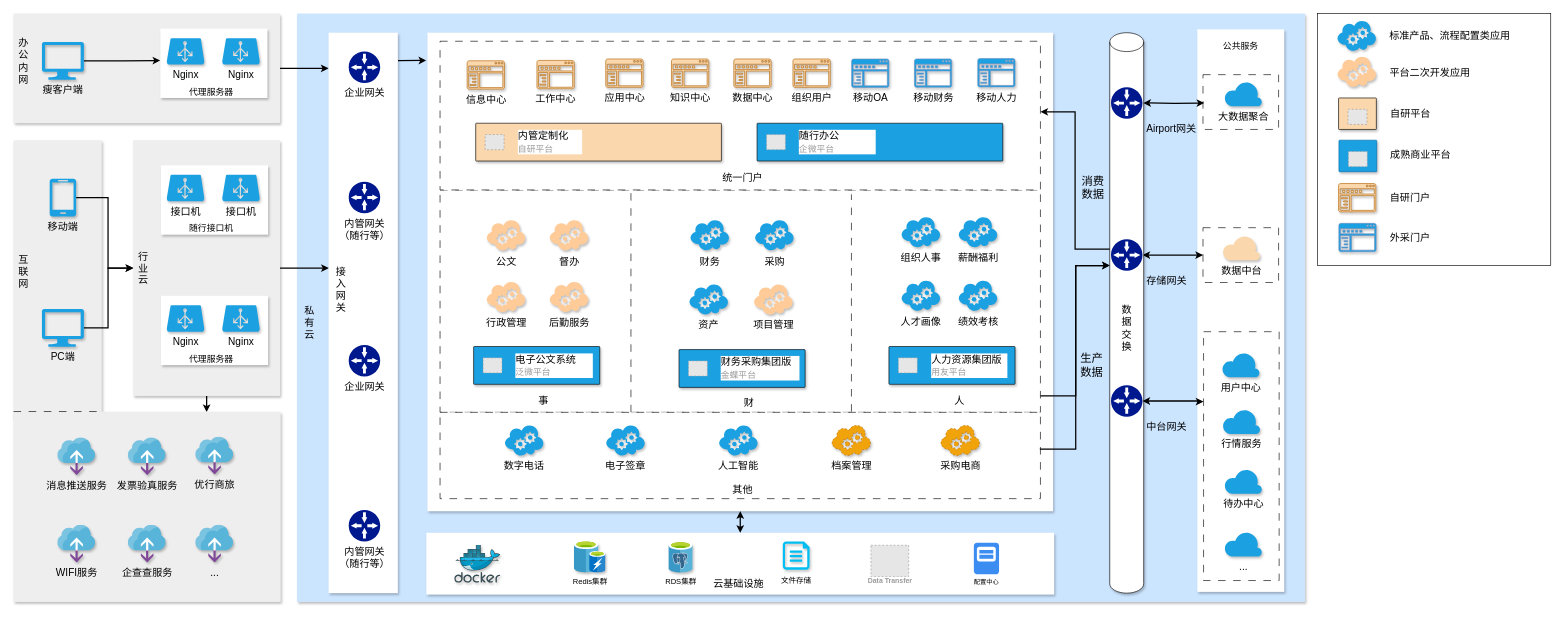
The draw.io diagram page "一网统管架构图20240205" (11 of 19) of Untitled Diagram.drawio in shiki-mqp/PrivatePods, before the edit. Source tidied: cells renumbered, new cells numbered last; positions are measured from the earlier drawing's top-left corner, leaving out a move shared by most shapes. Both pictures are drawn from the tidied source at 63%, with x=0, y=0 at pixel (13, 13). Pictures stored in the file or linked from it are replaced by grey dashed boxes.
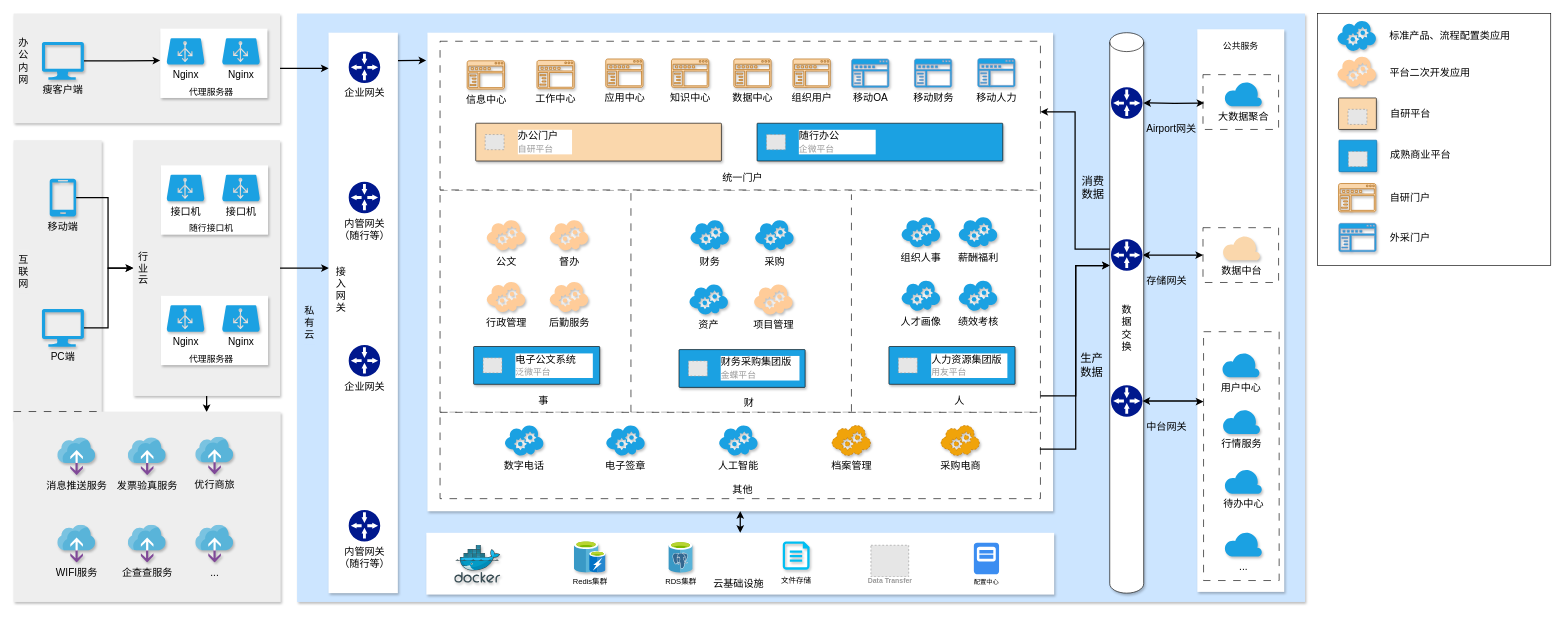
After the change.

Unchanged cells that the change refers to:
```xml
<mxCell id="116" style="strokeColor=#000000;shadow=1;strokeWidth=1;rounded=1;absoluteArcSize=1;arcSize=2;labelBackgroundColor=none;fontSize=16;fillColor=#FAD7AC;fontColor=#ffffff;" parent="1" vertex="1">
  <mxGeometry x="733.6" y="174.1" width="390" height="60" as="geometry" />
</mxCell>
```

What changed in the source:
```diff
@@
-    <mxCell id="117" value="&lt;font color=&quot;#000000&quot;&gt;内管定制化&amp;nbsp; &amp;nbsp; &amp;nbsp;&lt;/font&gt;&lt;br&gt;&lt;font style=&quot;font-size: 14px;&quot;&gt;自研平台&lt;/font&gt;" style="fillColor=#E6E6E6;strokeColor=#999999;dashed=1;html=1;fontColor=#999999;verticalLabelPosition=middle;labelBackgroundColor=#ffffff;verticalAlign=middle;labelPosition=right;align=left;spacingLeft=20;fontSize=16;" parent="116" vertex="1">
+    <mxCell id="117" value="&lt;font color=&quot;#000000&quot;&gt;办公门户&amp;nbsp; &amp;nbsp; &amp;nbsp;&lt;/font&gt;&lt;br&gt;&lt;font style=&quot;font-size: 14px;&quot;&gt;自研平台&lt;/font&gt;" style="fillColor=#E6E6E6;strokeColor=#999999;dashed=1;html=1;fontColor=#999999;verticalLabelPosition=middle;labelBackgroundColor=#ffffff;verticalAlign=middle;labelPosition=right;align=left;spacingLeft=20;fontSize=16;" parent="116" vertex="1">
       <mxGeometry width="30" height="24" relative="1" as="geometry">
         <mxPoint x="15" y="18" as="offset" />
       </mxGeometry>
     </mxCell>
```
